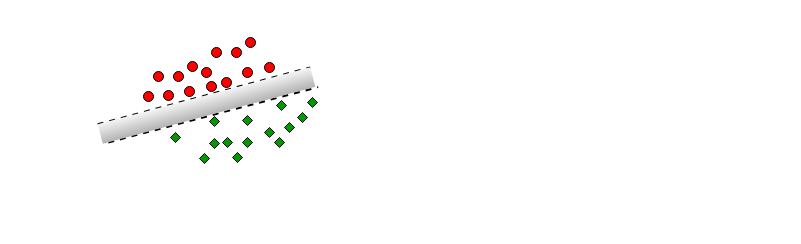
Above: Margin.drawio in huyle84/diagrams (draw.io), before the change. Source tidied: cells renumbered, new cells numbered last; positions are measured from the earlier drawing's top-left corner, leaving out a move shared by most shapes. Both pictures are drawn from the tidied source at 100%, with x=0, y=0 at pixel (96, 37).
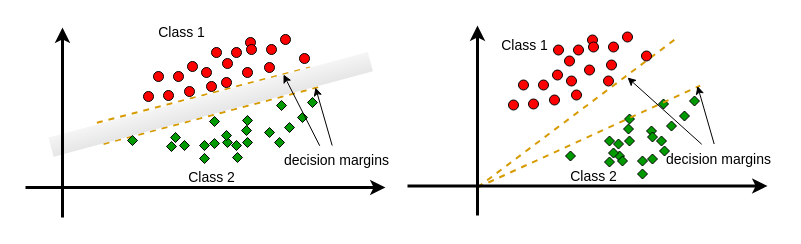
The same diagram, later.

The edit, as a diff of the source:
```diff
@@
-    <mxCell id="28" style="endArrow=none;dashed=1;html=1;rounded=0;strokeWidth=2;exitX=0;exitY=0;exitDx=0;exitDy=0;entryX=1;entryY=0;entryDx=0;entryDy=0;" parent="1" edge="1">
+    <mxCell id="28" style="endArrow=none;dashed=1;html=1;rounded=0;strokeWidth=2;exitX=0.153;exitY=-0.087;exitDx=0;exitDy=0;entryX=1;entryY=0;entryDx=0;entryDy=0;exitPerimeter=0;fillColor=#ffcd28;gradientColor=#ffa500;strokeColor=#d79b00;" parent="1" edge="1" source="30">
       <mxGeometry relative="1" as="geometry">
-        <mxPoint x="1.2" y="86.8" as="sourcePoint" />
         <mxPoint x="213.7" y="29.9" as="targetPoint" />
       </mxGeometry>
     </mxCell>
-    <mxCell id="29" style="endArrow=none;dashed=1;html=1;rounded=0;strokeWidth=2;exitX=0.024;exitY=1.063;exitDx=0;exitDy=0;exitPerimeter=0;entryX=1.011;entryY=1.108;entryDx=0;entryDy=0;entryPerimeter=0;" parent="1" edge="1">
+    <mxCell id="29" style="endArrow=none;dashed=1;html=1;rounded=0;strokeWidth=2;exitX=0.156;exitY=1.022;exitDx=0;exitDy=0;exitPerimeter=0;entryX=1.011;entryY=1.108;entryDx=0;entryDy=0;entryPerimeter=0;fillColor=#ffcd28;gradientColor=#ffa500;strokeColor=#d79b00;" parent="1" edge="1" source="30">
       <mxGeometry relative="1" as="geometry">
-        <mxPoint x="11.8" y="105" as="sourcePoint" />
         <mxPoint x="221.7" y="49.6" as="targetPoint" />
       </mxGeometry>
     </mxCell>
-    <mxCell id="30" style="rounded=0;whiteSpace=wrap;html=1;fillColor=#f5f5f5;gradientColor=#b3b3b3;strokeColor=none;rotation=-15;" parent="1" vertex="1">
-      <mxGeometry y="58" width="220" height="20" as="geometry" />
+    <mxCell id="30" style="rounded=0;whiteSpace=wrap;html=1;fillColor=#f5f5f5;gradientColor=#E6E6E6;strokeColor=none;rotation=-15;" parent="1" vertex="1">
+      <mxGeometry x="-51.1" y="56.9" width="330.6" height="20" as="geometry" />
     </mxCell>
@@
+    <mxCell id="33" style="endArrow=classic;html=1;rounded=0;strokeWidth=3;" parent="1" edge="1">
+      <mxGeometry relative="1" as="geometry">
+        <mxPoint x="-34" y="180" as="sourcePoint" />
+        <mxPoint x="-34" y="-10" as="targetPoint" />
+      </mxGeometry>
+    </mxCell>
+    <mxCell id="34" style="endArrow=classic;html=1;rounded=0;strokeWidth=3;" parent="1" edge="1">
+      <mxGeometry relative="1" as="geometry">
+        <mxPoint x="-71" y="150" as="sourcePoint" />
+        <mxPoint x="289" y="150" as="targetPoint" />
+      </mxGeometry>
+    </mxCell>
+    <mxCell id="35" value="&lt;font style=&quot;font-size: 14px;&quot;&gt;Class 1&lt;/font&gt;" style="text;html=1;align=center;verticalAlign=middle;strokeColor=none;fillColor=none;" parent="1" vertex="1">
+      <mxGeometry x="50" y="-20" width="70" height="30" as="geometry" />
+    </mxCell>
+    <mxCell id="36" value="&lt;font style=&quot;font-size: 14px;&quot;&gt;Class 2&lt;/font&gt;" style="text;html=1;align=center;verticalAlign=middle;strokeColor=none;fillColor=none;" parent="1" vertex="1">
+      <mxGeometry x="80" y="125" width="70" height="30" as="geometry" />
+    </mxCell>
+    <mxCell id="37" style="ellipse;whiteSpace=wrap;html=1;strokeColor=#000000;fillColor=#FF0000;" parent="1" vertex="1">
+      <mxGeometry x="150" y="7" width="10" height="10" as="geometry" />
+    </mxCell>
+    <mxCell id="38" style="ellipse;whiteSpace=wrap;html=1;strokeColor=#000000;fillColor=#FF0000;" parent="1" vertex="1">
+      <mxGeometry x="170" y="7" width="10" height="10" as="geometry" />
+    </mxCell>
+    <mxCell id="39" style="ellipse;whiteSpace=wrap;html=1;strokeColor=#000000;fillColor=#FF0000;" parent="1" vertex="1">
+      <mxGeometry x="184" y="-3" width="10" height="10" as="geometry" />
+    </mxCell>
+    <mxCell id="40" style="ellipse;whiteSpace=wrap;html=1;strokeColor=#000000;fillColor=#FF0000;" parent="1" vertex="1">
+      <mxGeometry x="203" y="16" width="10" height="10" as="geometry" />
+    </mxCell>
+    <mxCell id="41" style="ellipse;whiteSpace=wrap;html=1;strokeColor=#000000;fillColor=#FF0000;" parent="1" vertex="1">
+      <mxGeometry x="126" y="21" width="10" height="10" as="geometry" />
+    </mxCell>
+    <mxCell id="42" style="rhombus;whiteSpace=wrap;html=1;fillColor=#009900;" parent="1" vertex="1">
+      <mxGeometry x="125" y="93" width="10" height="10" as="geometry" />
+    </mxCell>
+    <mxCell id="43" style="rhombus;whiteSpace=wrap;html=1;fillColor=#009900;" parent="1" vertex="1">
+      <mxGeometry x="135" y="103" width="10" height="10" as="geometry" />
+    </mxCell>
+    <mxCell id="44" style="rhombus;whiteSpace=wrap;html=1;fillColor=#009900;" parent="1" vertex="1">
+      <mxGeometry x="145" y="88" width="10" height="10" as="geometry" />
+    </mxCell>
+    <mxCell id="45" style="rhombus;whiteSpace=wrap;html=1;fillColor=#009900;" parent="1" vertex="1">
+      <mxGeometry x="83" y="103" width="10" height="10" as="geometry" />
+    </mxCell>
+    <mxCell id="46" style="rhombus;whiteSpace=wrap;html=1;fillColor=#009900;" parent="1" vertex="1">
+      <mxGeometry x="103" y="103" width="10" height="10" as="geometry" />
+    </mxCell>
+    <mxCell id="47" style="rhombus;whiteSpace=wrap;html=1;fillColor=#009900;" parent="1" vertex="1">
+      <mxGeometry x="31" y="98" width="10" height="10" as="geometry" />
+    </mxCell>
+    <mxCell id="48" style="rhombus;whiteSpace=wrap;html=1;fillColor=#009900;" parent="1" vertex="1">
+      <mxGeometry x="70" y="104" width="10" height="10" as="geometry" />
+    </mxCell>
+    <mxCell id="49" value="&lt;font style=&quot;font-size: 14px;&quot;&gt;decision margins&lt;/font&gt;" style="text;html=1;align=center;verticalAlign=middle;points=[];strokeColor=none;fillColor=none;" parent="1" vertex="1">
+      <mxGeometry x="175" y="108" width="130" height="30" as="geometry" />
+    </mxCell>
+    <mxCell id="50" style="endArrow=classic;html=1;rounded=0;exitX=0.371;exitY=0.009;exitDx=0;exitDy=0;exitPerimeter=0;" parent="1" edge="1" source="49">
+      <mxGeometry relative="1" as="geometry">
+        <mxPoint x="187" y="37" as="targetPoint" />
+      </mxGeometry>
+    </mxCell>
+    <mxCell id="51" style="endArrow=classic;html=1;rounded=0;" parent="1" edge="1" source="49">
+      <mxGeometry relative="1" as="geometry">
+        <mxPoint x="219" y="50" as="targetPoint" />
+      </mxGeometry>
+    </mxCell>
+    <mxCell id="52" style="ellipse;whiteSpace=wrap;html=1;strokeColor=#000000;fillColor=#FF0000;" parent="1" vertex="1">
+      <mxGeometry x="457" y="7.5" width="10" height="10" as="geometry" />
+    </mxCell>
+    <mxCell id="53" style="ellipse;whiteSpace=wrap;html=1;strokeColor=#000000;fillColor=#FF0000;" parent="1" vertex="1">
+      <mxGeometry x="477" y="7.5" width="10" height="10" as="geometry" />
+    </mxCell>
+    <mxCell id="54" style="ellipse;whiteSpace=wrap;html=1;strokeColor=#000000;fillColor=#FF0000;" parent="1" vertex="1">
+      <mxGeometry x="491" y="-2.5" width="10" height="10" as="geometry" />
+    </mxCell>
+    <mxCell id="55" style="ellipse;whiteSpace=wrap;html=1;strokeColor=#000000;fillColor=#FF0000;" parent="1" vertex="1">
+      <mxGeometry x="470" y="38.5" width="10" height="10" as="geometry" />
+    </mxCell>
+    <mxCell id="56" style="ellipse;whiteSpace=wrap;html=1;strokeColor=#000000;fillColor=#FF0000;" parent="1" vertex="1">
+      <mxGeometry x="510" y="22.5" width="10" height="10" as="geometry" />
+    </mxCell>
+    <mxCell id="57" style="ellipse;whiteSpace=wrap;html=1;strokeColor=#000000;fillColor=#FF0000;" parent="1" vertex="1">
+      <mxGeometry x="488" y="27.5" width="10" height="10" as="geometry" />
+    </mxCell>
+    <mxCell id="58" style="ellipse;whiteSpace=wrap;html=1;strokeColor=#000000;fillColor=#FF0000;" parent="1" vertex="1">
+      <mxGeometry x="507" y="38.5" width="10" height="10" as="geometry" />
+    </mxCell>
+    <mxCell id="59" style="rhombus;whiteSpace=wrap;html=1;fillColor=#009900;" parent="1" vertex="1">
+      <mxGeometry x="550" y="88.5" width="10" height="10" as="geometry" />
+    </mxCell>
+    <mxCell id="60" style="rhombus;whiteSpace=wrap;html=1;fillColor=#009900;" parent="1" vertex="1">
+      <mxGeometry x="560" y="98.5" width="10" height="10" as="geometry" />
+    </mxCell>
+    <mxCell id="61" style="rhombus;whiteSpace=wrap;html=1;fillColor=#009900;" parent="1" vertex="1">
+      <mxGeometry x="570" y="83.5" width="10" height="10" as="geometry" />
+    </mxCell>
+    <mxCell id="62" style="rhombus;whiteSpace=wrap;html=1;fillColor=#009900;" parent="1" vertex="1">
+      <mxGeometry x="562" y="61.5" width="10" height="10" as="geometry" />
+    </mxCell>
+    <mxCell id="63" style="ellipse;whiteSpace=wrap;html=1;strokeColor=#000000;fillColor=#FF0000;" parent="1" vertex="1">
+      <mxGeometry x="422" y="42.5" width="10" height="10" as="geometry" />
+    </mxCell>
+    <mxCell id="64" style="ellipse;whiteSpace=wrap;html=1;strokeColor=#000000;fillColor=#FF0000;" parent="1" vertex="1">
+      <mxGeometry x="442" y="42.5" width="10" height="10" as="geometry" />
+    </mxCell>
+    <mxCell id="65" style="ellipse;whiteSpace=wrap;html=1;strokeColor=#000000;fillColor=#FF0000;" parent="1" vertex="1">
+      <mxGeometry x="456" y="32.5" width="10" height="10" as="geometry" />
+    </mxCell>
+    <mxCell id="66" style="ellipse;whiteSpace=wrap;html=1;strokeColor=#000000;fillColor=#FF0000;" parent="1" vertex="1">
+      <mxGeometry x="412" y="62.5" width="10" height="10" as="geometry" />
+    </mxCell>
+    <mxCell id="67" style="ellipse;whiteSpace=wrap;html=1;strokeColor=#000000;fillColor=#FF0000;" parent="1" vertex="1">
+      <mxGeometry x="475" y="52.5" width="10" height="10" as="geometry" />
+    </mxCell>
+    <mxCell id="68" style="ellipse;whiteSpace=wrap;html=1;strokeColor=#000000;fillColor=#FF0000;" parent="1" vertex="1">
+      <mxGeometry x="453" y="57.5" width="10" height="10" as="geometry" />
+    </mxCell>
+    <mxCell id="69" style="ellipse;whiteSpace=wrap;html=1;strokeColor=#000000;fillColor=#FF0000;" parent="1" vertex="1">
+      <mxGeometry x="432" y="61.5" width="10" height="10" as="geometry" />
+    </mxCell>
+    <mxCell id="70" style="rhombus;whiteSpace=wrap;html=1;fillColor=#009900;" parent="1" vertex="1">
+      <mxGeometry x="508" y="98.5" width="10" height="10" as="geometry" />
+    </mxCell>
+    <mxCell id="71" style="rhombus;whiteSpace=wrap;html=1;fillColor=#009900;" parent="1" vertex="1">
+      <mxGeometry x="518" y="113.5" width="10" height="10" as="geometry" />
+    </mxCell>
+    <mxCell id="72" style="rhombus;whiteSpace=wrap;html=1;fillColor=#009900;" parent="1" vertex="1">
+      <mxGeometry x="528" y="98.5" width="10" height="10" as="geometry" />
+    </mxCell>
+    <mxCell id="73" style="rhombus;whiteSpace=wrap;html=1;fillColor=#009900;" parent="1" vertex="1">
+      <mxGeometry x="528" y="76.5" width="10" height="10" as="geometry" />
+    </mxCell>
+    <mxCell id="74" style="rhombus;whiteSpace=wrap;html=1;fillColor=#009900;" parent="1" vertex="1">
+      <mxGeometry x="512" y="110.5" width="10" height="10" as="geometry" />
+    </mxCell>
+    <mxCell id="75" style="rhombus;whiteSpace=wrap;html=1;fillColor=#009900;" parent="1" vertex="1">
+      <mxGeometry x="541" y="131.5" width="10" height="10" as="geometry" />
+    </mxCell>
+    <mxCell id="76" style="rhombus;whiteSpace=wrap;html=1;fillColor=#009900;" parent="1" vertex="1">
+      <mxGeometry x="551" y="116.5" width="10" height="10" as="geometry" />
+    </mxCell>
+    <mxCell id="77" style="rhombus;whiteSpace=wrap;html=1;fillColor=#009900;" parent="1" vertex="1">
+      <mxGeometry x="551" y="94.5" width="10" height="10" as="geometry" />
+    </mxCell>
+    <mxCell id="78" style="endArrow=none;dashed=1;html=1;rounded=0;strokeWidth=2;fillColor=#ffcd28;gradientColor=#ffa500;strokeColor=#d79b00;" parent="1" edge="1">
+      <mxGeometry relative="1" as="geometry">
+        <mxPoint x="381" y="150" as="sourcePoint" />
+        <mxPoint x="581" as="targetPoint" />
+      </mxGeometry>
+    </mxCell>
+    <mxCell id="79" style="endArrow=none;dashed=1;html=1;rounded=0;strokeWidth=2;entryX=1.011;entryY=1.108;entryDx=0;entryDy=0;entryPerimeter=0;fillColor=#ffcd28;gradientColor=#ffa500;strokeColor=#d79b00;" parent="1" edge="1">
+      <mxGeometry relative="1" as="geometry">
+        <mxPoint x="381" y="150" as="sourcePoint" />
+        <mxPoint x="603.7" y="48.1" as="targetPoint" />
+      </mxGeometry>
+    </mxCell>
+    <mxCell id="80" style="rhombus;whiteSpace=wrap;html=1;fillColor=#009900;" parent="1" vertex="1">
+      <mxGeometry x="583" y="73.5" width="10" height="10" as="geometry" />
+    </mxCell>
+    <mxCell id="81" style="rhombus;whiteSpace=wrap;html=1;fillColor=#009900;" parent="1" vertex="1">
+      <mxGeometry x="593" y="58.5" width="10" height="10" as="geometry" />
+    </mxCell>
+    <mxCell id="82" style="endArrow=classic;html=1;rounded=0;strokeWidth=3;" parent="1" edge="1">
+      <mxGeometry relative="1" as="geometry">
+        <mxPoint x="311" y="148.5" as="sourcePoint" />
+        <mxPoint x="671" y="148.5" as="targetPoint" />
+      </mxGeometry>
+    </mxCell>
+    <mxCell id="83" value="&lt;font style=&quot;font-size: 14px;&quot;&gt;Class 1&lt;/font&gt;" style="text;html=1;align=center;verticalAlign=middle;strokeColor=none;fillColor=none;" parent="1" vertex="1">
+      <mxGeometry x="393" y="-7.5" width="70" height="30" as="geometry" />
+    </mxCell>
+    <mxCell id="84" value="&lt;font style=&quot;font-size: 14px;&quot;&gt;Class 2&lt;/font&gt;" style="text;html=1;align=center;verticalAlign=middle;strokeColor=none;fillColor=none;" parent="1" vertex="1">
+      <mxGeometry x="462" y="123.5" width="70" height="30" as="geometry" />
+    </mxCell>
+    <mxCell id="85" style="ellipse;whiteSpace=wrap;html=1;strokeColor=#000000;fillColor=#FF0000;" parent="1" vertex="1">
+      <mxGeometry x="492" y="4.5" width="10" height="10" as="geometry" />
+    </mxCell>
+    <mxCell id="86" style="ellipse;whiteSpace=wrap;html=1;strokeColor=#000000;fillColor=#FF0000;" parent="1" vertex="1">
+      <mxGeometry x="512" y="4.5" width="10" height="10" as="geometry" />
+    </mxCell>
+    <mxCell id="87" style="ellipse;whiteSpace=wrap;html=1;strokeColor=#000000;fillColor=#FF0000;" parent="1" vertex="1">
+      <mxGeometry x="526" y="-5.5" width="10" height="10" as="geometry" />
+    </mxCell>
+    <mxCell id="88" style="ellipse;whiteSpace=wrap;html=1;strokeColor=#000000;fillColor=#FF0000;" parent="1" vertex="1">
+      <mxGeometry x="545" y="13.5" width="10" height="10" as="geometry" />
+    </mxCell>
+    <mxCell id="89" style="ellipse;whiteSpace=wrap;html=1;strokeColor=#000000;fillColor=#FF0000;" parent="1" vertex="1">
+      <mxGeometry x="468" y="18.5" width="10" height="10" as="geometry" />
+    </mxCell>
+    <mxCell id="90" style="rhombus;whiteSpace=wrap;html=1;fillColor=#009900;" parent="1" vertex="1">
+      <mxGeometry x="563" y="108.5" width="10" height="10" as="geometry" />
+    </mxCell>
+    <mxCell id="91" style="rhombus;whiteSpace=wrap;html=1;fillColor=#009900;" parent="1" vertex="1">
+      <mxGeometry x="517" y="101.5" width="10" height="10" as="geometry" />
+    </mxCell>
+    <mxCell id="92" style="rhombus;whiteSpace=wrap;html=1;fillColor=#009900;" parent="1" vertex="1">
+      <mxGeometry x="527" y="86.5" width="10" height="10" as="geometry" />
+    </mxCell>
+    <mxCell id="93" style="rhombus;whiteSpace=wrap;html=1;fillColor=#009900;" parent="1" vertex="1">
+      <mxGeometry x="521" y="118.5" width="10" height="10" as="geometry" />
+    </mxCell>
+    <mxCell id="94" style="rhombus;whiteSpace=wrap;html=1;fillColor=#009900;" parent="1" vertex="1">
+      <mxGeometry x="541" y="118.5" width="10" height="10" as="geometry" />
+    </mxCell>
+    <mxCell id="95" style="rhombus;whiteSpace=wrap;html=1;fillColor=#009900;" parent="1" vertex="1">
+      <mxGeometry x="469" y="113.5" width="10" height="10" as="geometry" />
+    </mxCell>
+    <mxCell id="96" style="rhombus;whiteSpace=wrap;html=1;fillColor=#009900;" parent="1" vertex="1">
+      <mxGeometry x="508" y="119.5" width="10" height="10" as="geometry" />
+    </mxCell>
+    <mxCell id="97" value="&lt;font style=&quot;font-size: 14px;&quot;&gt;decision margins&lt;/font&gt;" style="text;html=1;align=center;verticalAlign=middle;points=[];strokeColor=none;fillColor=none;" parent="1" vertex="1">
+      <mxGeometry x="557" y="106.5" width="130" height="30" as="geometry" />
+    </mxCell>
+    <mxCell id="98" style="endArrow=classic;html=1;rounded=0;exitX=0.371;exitY=0.009;exitDx=0;exitDy=0;exitPerimeter=0;" parent="1" edge="1" source="97">
+      <mxGeometry relative="1" as="geometry">
+        <mxPoint x="531" y="40" as="targetPoint" />
+      </mxGeometry>
+    </mxCell>
+    <mxCell id="99" style="endArrow=classic;html=1;rounded=0;" parent="1" edge="1" source="97">
+      <mxGeometry relative="1" as="geometry">
+        <mxPoint x="601" y="48.5" as="targetPoint" />
+      </mxGeometry>
+    </mxCell>
+    <mxCell id="100" style="endArrow=classic;html=1;rounded=0;strokeWidth=3;" parent="1" edge="1">
+      <mxGeometry relative="1" as="geometry">
+        <mxPoint x="381" y="178" as="sourcePoint" />
+        <mxPoint x="381" y="-12" as="targetPoint" />
+      </mxGeometry>
+    </mxCell>
```
